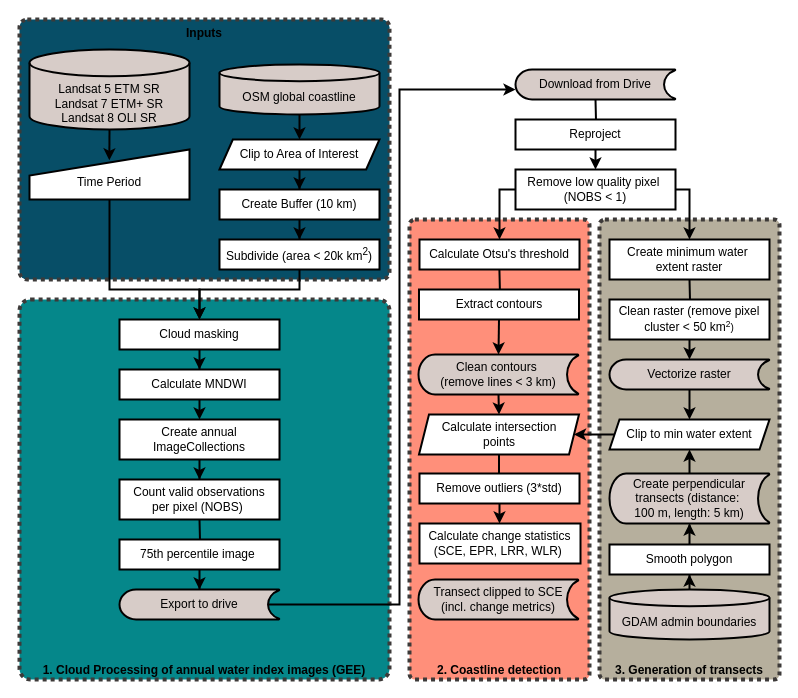
The draw.io diagram page "Page-1" (1 of 2) of figures/workflow/workflow.drawio in ronjalappe/VN_coastline_dynamics, before the edit. Source tidied: cells renumbered, new cells numbered last; positions are measured from the earlier drawing's top-left corner, leaving out a move shared by most shapes. Both pictures are drawn from the tidied source at 100%, with x=0, y=0 at pixel (19, 19).
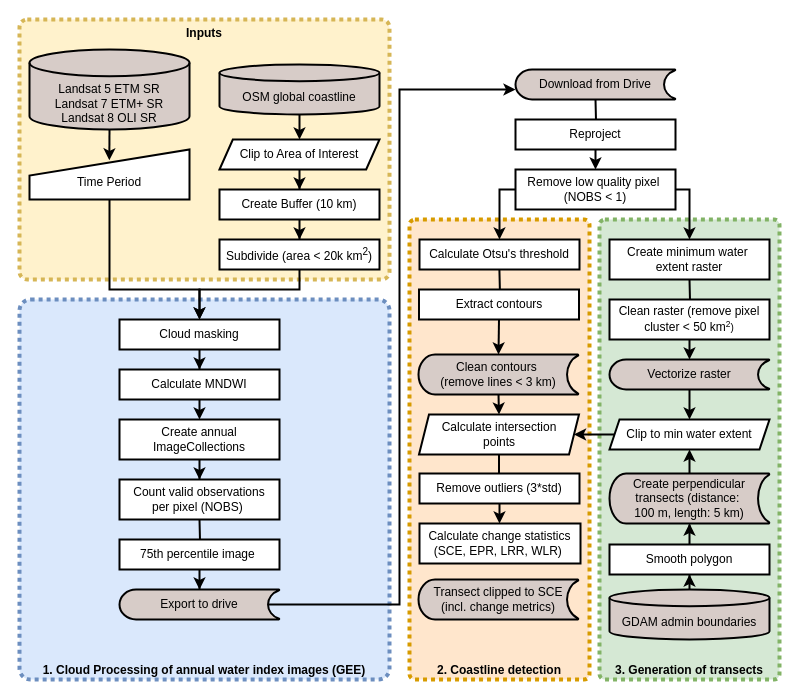
The same diagram, later.

Change to the diagram source:
```diff
@@
-    <mxCell id="2" value="&lt;b&gt;&lt;font color=&quot;#000000&quot;&gt;2. Coastline detection&lt;/font&gt;&lt;/b&gt;" style="rounded=1;whiteSpace=wrap;html=1;strokeWidth=4;arcSize=3;dashed=1;verticalAlign=bottom;rotation=0;dashPattern=1 1;fillColor=#FF8F7A;strokeColor=#3D3A39;" parent="1" vertex="1">
+    <mxCell id="2" value="&lt;b&gt;&lt;font color=&quot;#000000&quot;&gt;2. Coastline detection&lt;/font&gt;&lt;/b&gt;" style="rounded=1;whiteSpace=wrap;html=1;strokeWidth=4;arcSize=3;dashed=1;verticalAlign=bottom;rotation=0;dashPattern=1 1;fillColor=#ffe6cc;strokeColor=#d79b00;" parent="1" vertex="1">
       <mxGeometry x="390" y="200" width="180" height="460" as="geometry" />
     </mxCell>
-    <mxCell id="3" value="&lt;b&gt;&lt;font color=&quot;#000000&quot;&gt;Inputs&lt;/font&gt;&lt;/b&gt;" style="rounded=1;whiteSpace=wrap;html=1;strokeWidth=4;arcSize=3;dashed=1;verticalAlign=top;dashPattern=1 1;fillColor=#074E67;strokeColor=#3D3A39;" parent="1" vertex="1">
+    <mxCell id="3" value="&lt;b&gt;&lt;font color=&quot;#000000&quot;&gt;Inputs&lt;/font&gt;&lt;/b&gt;" style="rounded=1;whiteSpace=wrap;html=1;strokeWidth=4;arcSize=3;dashed=1;verticalAlign=top;dashPattern=1 1;fillColor=#fff2cc;strokeColor=#d6b656;" parent="1" vertex="1">
       <mxGeometry width="370" height="260" as="geometry" />
     </mxCell>
-    <mxCell id="4" value="&lt;b&gt;&lt;font color=&quot;#000000&quot;&gt;1. Cloud Processing of annual water index images (GEE)&lt;/font&gt;&lt;/b&gt;" style="rounded=1;whiteSpace=wrap;html=1;strokeWidth=4;arcSize=3;dashed=1;verticalAlign=bottom;dashPattern=1 1;fillColor=#05878a;strokeColor=#3D3A39;" parent="1" vertex="1">
+    <mxCell id="4" value="&lt;b&gt;&lt;font color=&quot;#000000&quot;&gt;1. Cloud Processing of annual water index images (GEE)&lt;/font&gt;&lt;/b&gt;" style="rounded=1;whiteSpace=wrap;html=1;strokeWidth=4;arcSize=3;dashed=1;verticalAlign=bottom;dashPattern=1 1;fillColor=#dae8fc;strokeColor=#6c8ebf;" parent="1" vertex="1">
       <mxGeometry y="280" width="370" height="380" as="geometry" />
     </mxCell>
-    <mxCell id="5" value="&lt;b&gt;&lt;font color=&quot;#000000&quot;&gt;3. Generation&amp;nbsp;of transects&lt;/font&gt;&lt;/b&gt;" style="rounded=1;whiteSpace=wrap;html=1;strokeWidth=4;arcSize=3;dashed=1;verticalAlign=bottom;rotation=0;dashPattern=1 1;fillColor=#B6AF9D;strokeColor=#3D3A39;" parent="1" vertex="1">
+    <mxCell id="5" value="&lt;b&gt;&lt;font color=&quot;#000000&quot;&gt;3. Generation&amp;nbsp;of transects&lt;/font&gt;&lt;/b&gt;" style="rounded=1;whiteSpace=wrap;html=1;strokeWidth=4;arcSize=3;dashed=1;verticalAlign=bottom;rotation=0;dashPattern=1 1;fillColor=#d5e8d4;strokeColor=#82b366;" parent="1" vertex="1">
       <mxGeometry x="580" y="200" width="180" height="460" as="geometry" />
     </mxCell>
```
